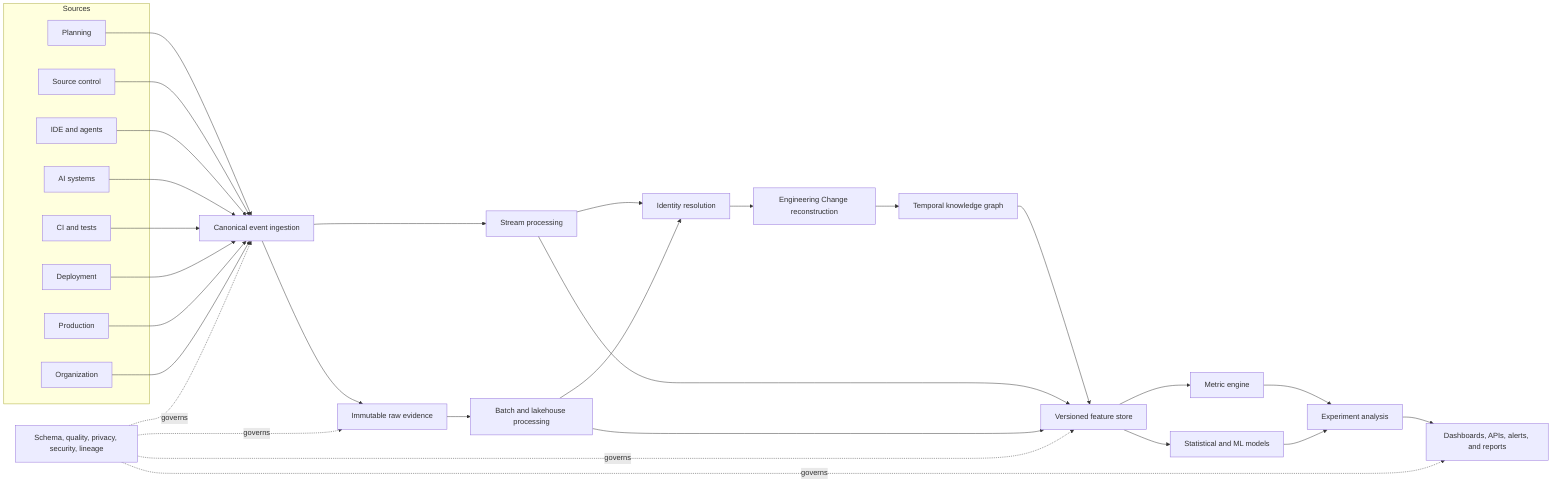
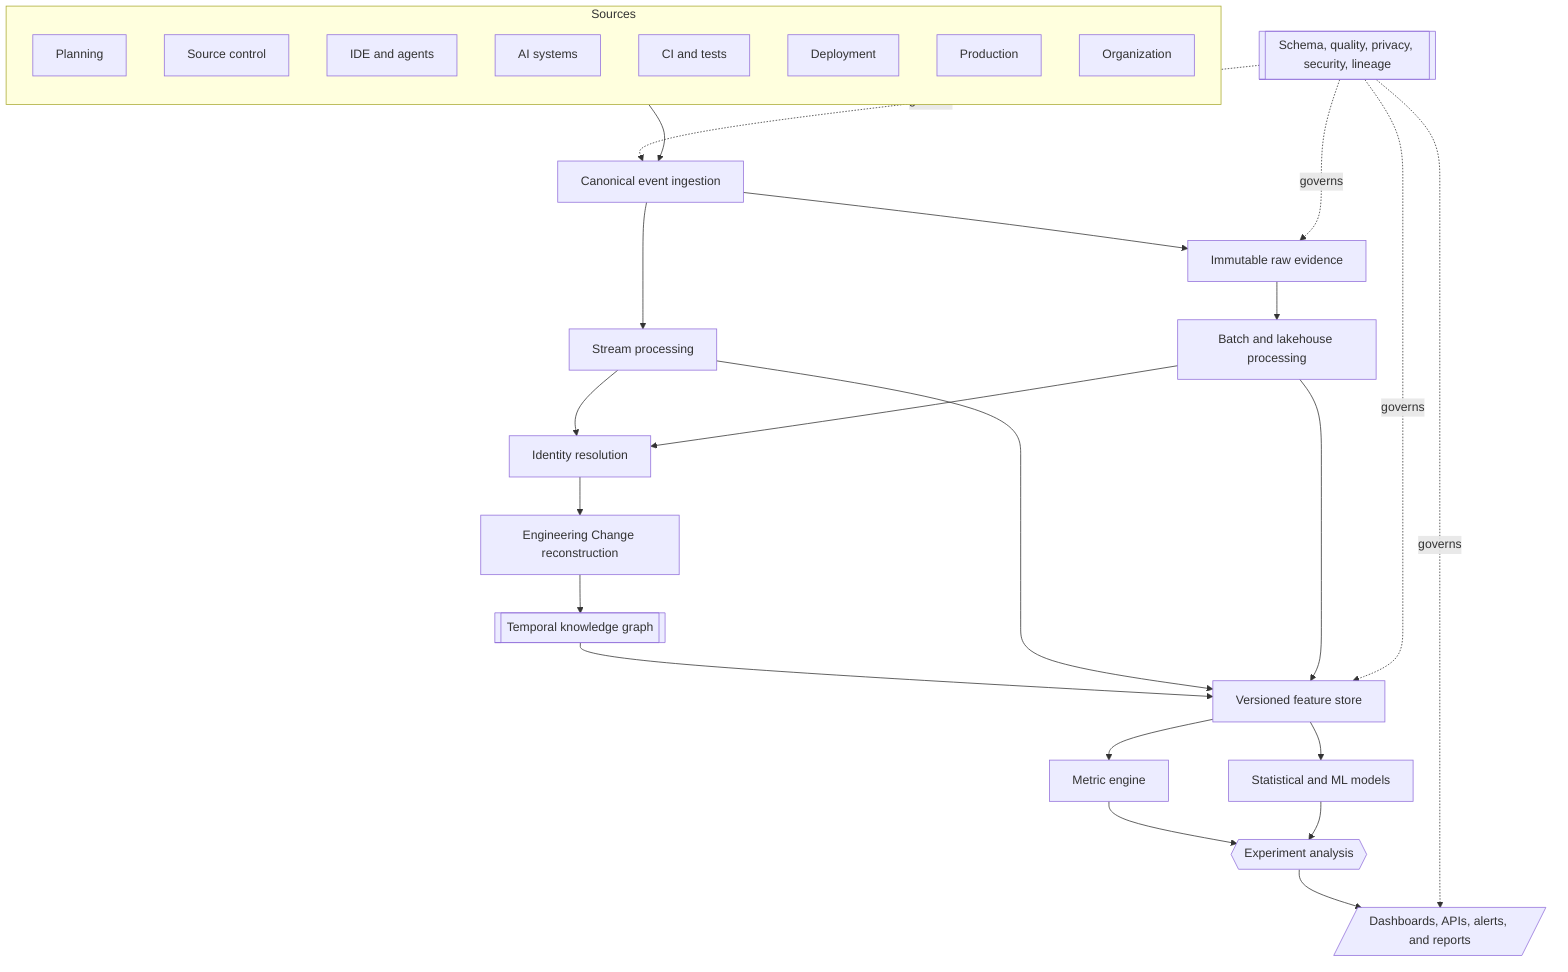
- flowchart LR
+ flowchart TB
    subgraph Sources
-       PLAN[Planning]
-       SCM[Source control]
-       IDE[IDE and agents]
-       AI[AI systems]
-       CI[CI and tests]
-       CD[Deployment]
-       PROD[Production]
-       ORG[Organization]
+         direction TB
+         PLAN[Planning]
+         SCM[Source control]
+         IDE[IDE and agents]
+         AI[AI systems]
+         CI[CI and tests]
+         CD[Deployment]
+         PROD[Production]
+         ORG[Organization]
    end

-     PLAN --> INGEST[Canonical event ingestion]
-     SCM --> INGEST
-     IDE --> INGEST
-     AI --> INGEST
-     CI --> INGEST
-     CD --> INGEST
-     PROD --> INGEST
-     ORG --> INGEST
+     Sources --> INGEST[Canonical event ingestion]

    INGEST --> RAW[Immutable raw evidence]
    INGEST --> STREAM[Stream processing]
    RAW --> BATCH[Batch and lakehouse processing]

    STREAM --> ID[Identity resolution]
    BATCH --> ID
    ID --> CHANGE[Engineering Change reconstruction]
-     CHANGE --> GRAPH[Temporal knowledge graph]
+     CHANGE --> GRAPH[[Temporal knowledge graph]]
    GRAPH --> FEATURES[Versioned feature store]
    STREAM --> FEATURES
    BATCH --> FEATURES

    FEATURES --> METRICS[Metric engine]
    FEATURES --> MODELS[Statistical and ML models]
-     METRICS --> EXP[Experiment analysis]
+     METRICS --> EXP{{Experiment analysis}}
    MODELS --> EXP
-     EXP --> PRODUCTS[Dashboards, APIs, alerts, and reports]
+     EXP --> PRODUCTS[/Dashboards, APIs, alerts, and reports/]

-     GOV[Schema, quality, privacy, security, lineage] -. governs .-> INGEST
+     GOV[[Schema, quality, privacy, security, lineage]]
+     GOV -. governs .-> INGEST
    GOV -. governs .-> RAW
    GOV -. governs .-> FEATURES
    GOV -. governs .-> PRODUCTS
